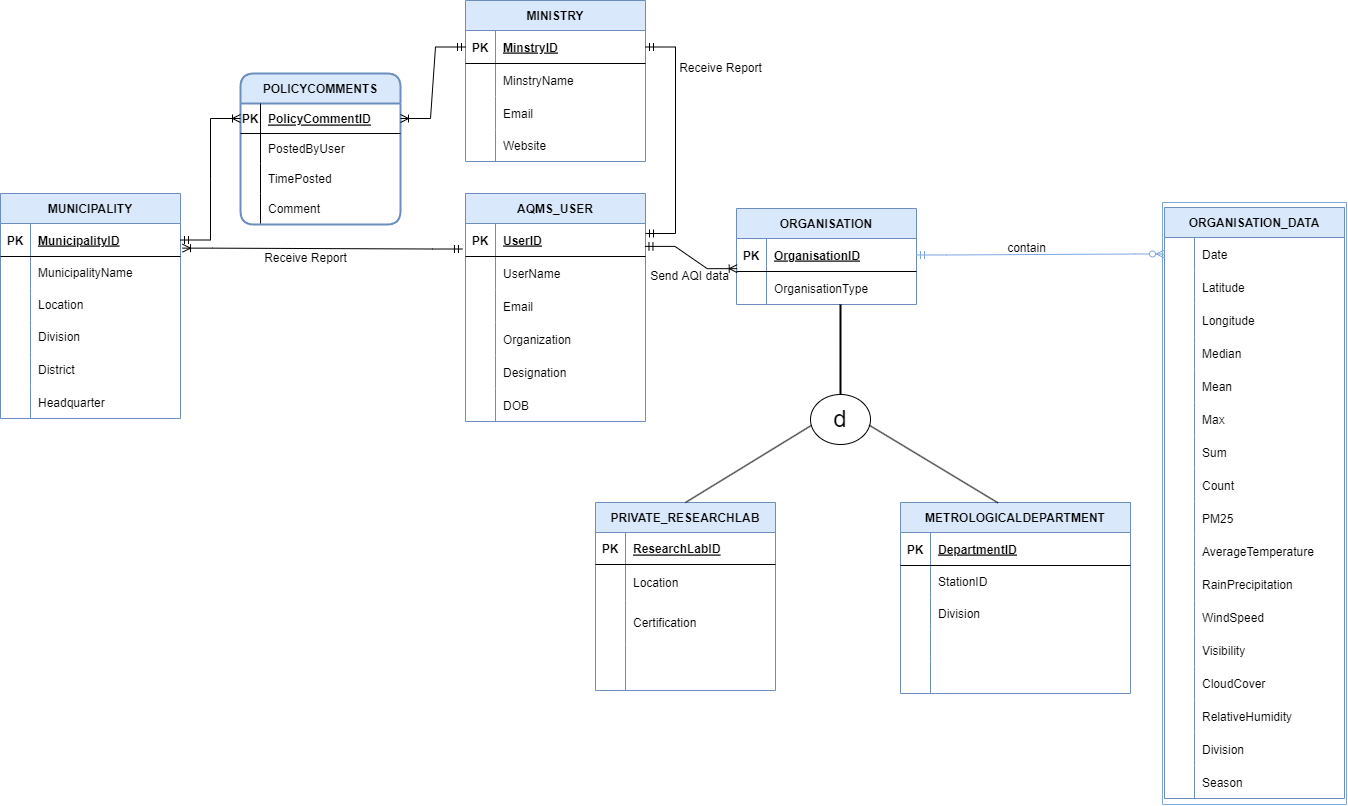
This is EERD.png from toushifhossain1/AirQualityMonitoringOfBangladesh, a draw.io export, as it was before one commit. Source tidied: cells renumbered, new cells last; positions are measured from the earlier drawing's top-left corner, leaving out a move shared by most shapes.
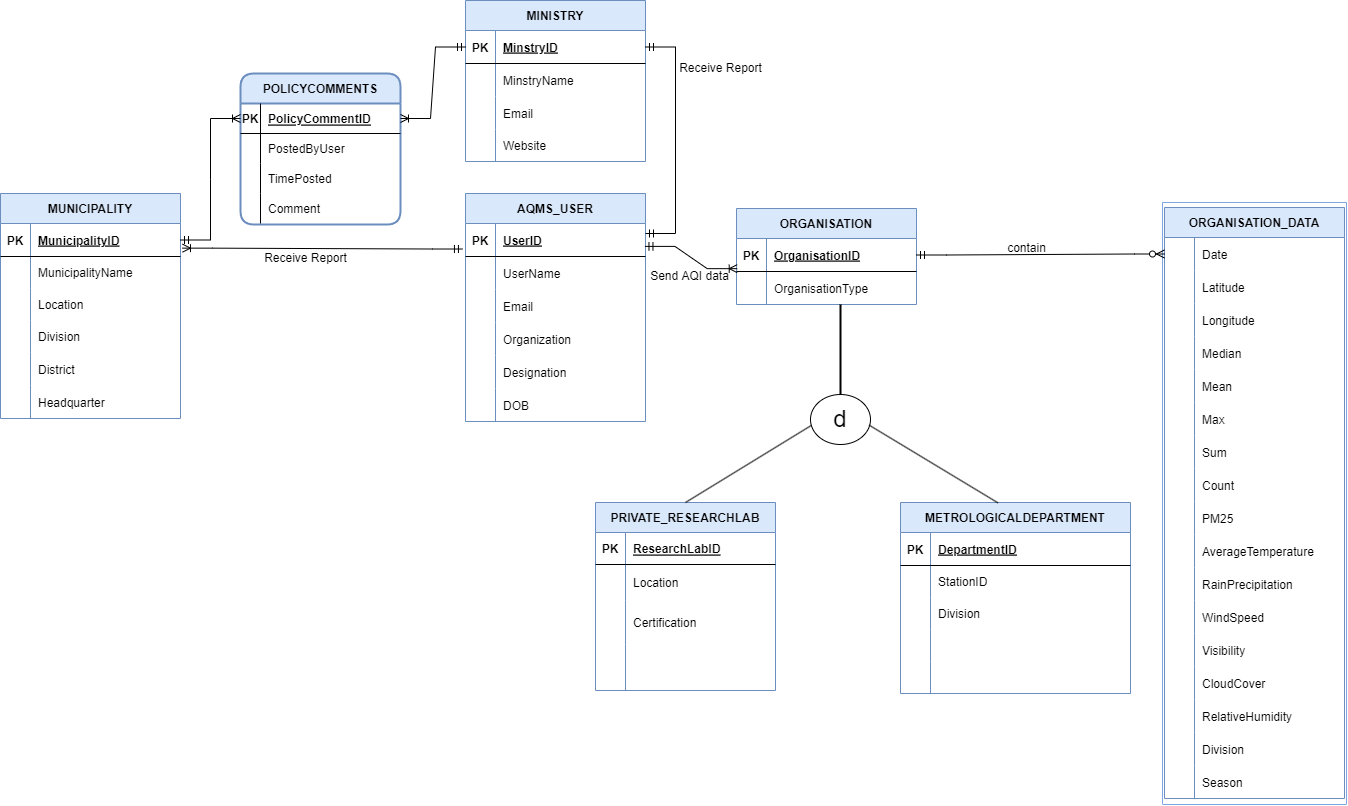
Above is the later version.

The edit, as a diff of the source:
```diff
@@ -524,7 +524,7 @@
         <mxPoint x="1346" y="202" as="targetPoint" />
       </mxGeometry>
     </mxCell>
-    <mxCell id="172" style="edgeStyle=entityRelationEdgeStyle;fontSize=12;html=1;endArrow=ERzeroToMany;startArrow=ERmandOne;rounded=0;strokeColor=#7EA6E0;exitX=1;exitY=0.5;exitDx=0;exitDy=0;" parent="1" edge="1" source="105" target="117">
+    <mxCell id="172" style="edgeStyle=entityRelationEdgeStyle;fontSize=12;html=1;endArrow=ERzeroToMany;startArrow=ERmandOne;rounded=0;strokeColor=#000000;exitX=1;exitY=0.5;exitDx=0;exitDy=0;" parent="1" edge="1" source="105" target="117">
       <mxGeometry relative="1" as="geometry" />
     </mxCell>
     <mxCell id="173" value="&lt;font style=&quot;font-size: 12px;&quot;&gt;contain&lt;/font&gt;" style="text;html=1;align=center;verticalAlign=middle;strokeColor=none;fillColor=none;fontSize=24;" parent="1" vertex="1">
```
